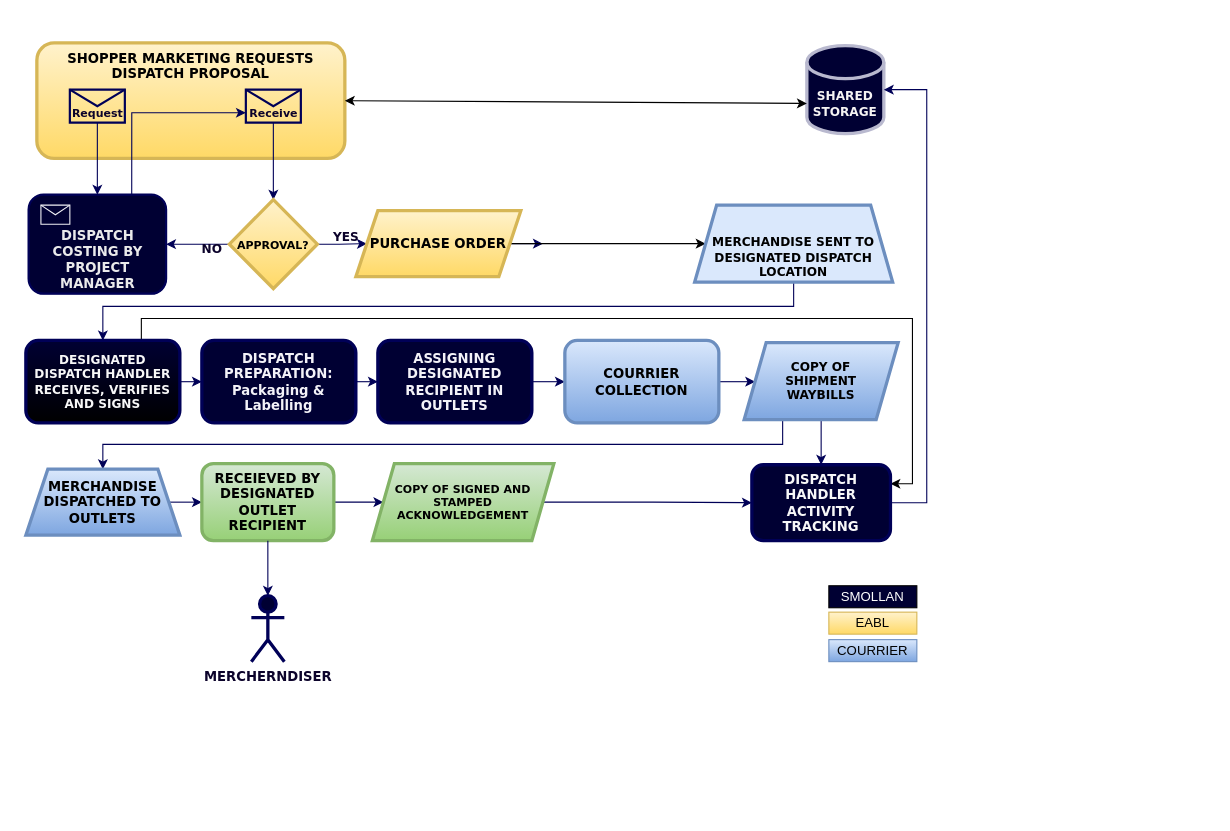
The draw.io diagram Untitled Diagram.drawio in henry-design/Map, before the edit. Source tidied: cells renumbered, new cells numbered last; positions are measured from the earlier drawing's top-left corner, leaving out a move shared by most shapes. Both pictures are drawn from the tidied source at 110%, with x=0, y=0 at pixel (25, 42).
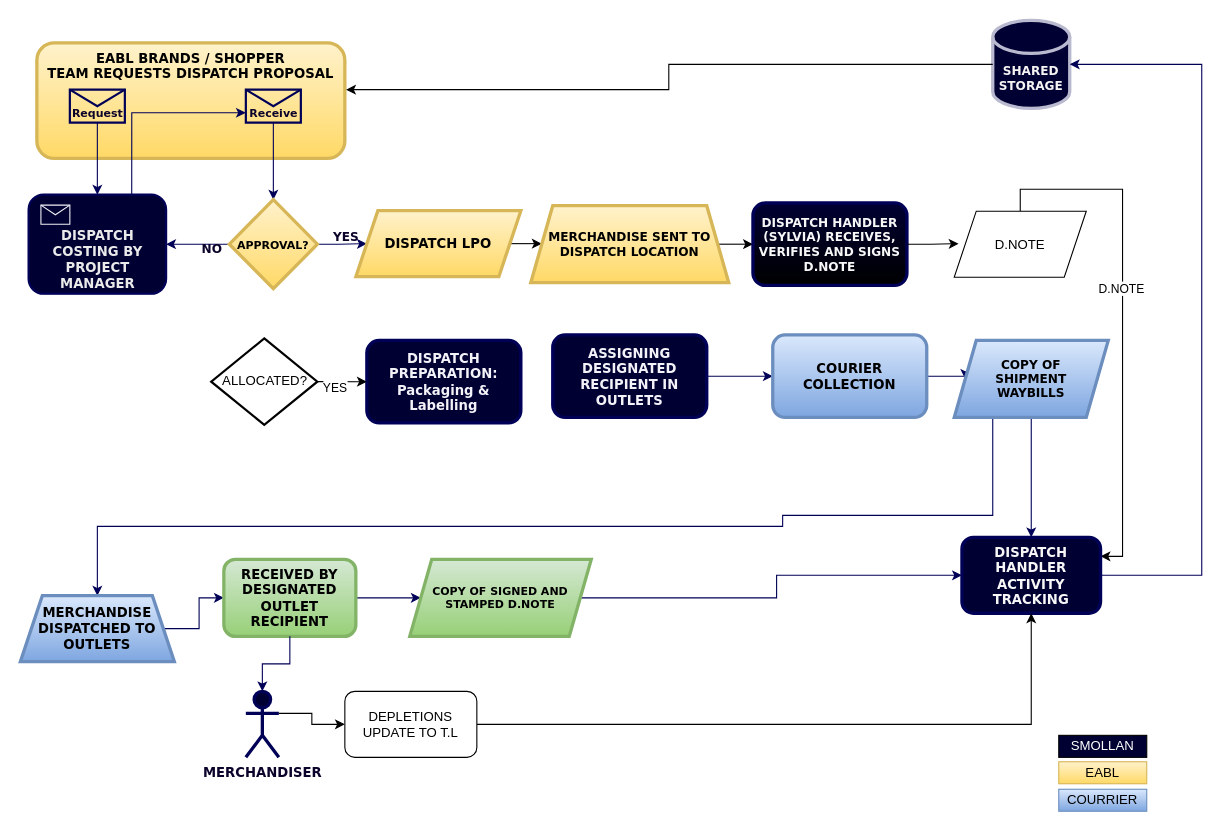
Above is the later version.

Change to the diagram source:
```diff
@@
-    <mxCell id="2" value="SHOPPER MARKETING REQUESTS DISPATCH PROPOSAL" style="rounded=1;whiteSpace=wrap;html=1;fillColor=#fff2cc;verticalAlign=top;strokeColor=#d6b656;labelBackgroundColor=none;fontFamily=Verdana;fontStyle=1;strokeWidth=3;gradientColor=#ffd966;" parent="1" vertex="1">
+    <mxCell id="2" value="EABL BRANDS / SHOPPER TEAM&amp;nbsp;REQUESTS DISPATCH PROPOSAL" style="rounded=1;whiteSpace=wrap;html=1;fillColor=#fff2cc;verticalAlign=top;strokeColor=#d6b656;labelBackgroundColor=none;fontFamily=Verdana;fontStyle=1;strokeWidth=3;gradientColor=#ffd966;" parent="1" vertex="1">
       <mxGeometry x="10" y="0.5" width="280" height="105" as="geometry" />
     </mxCell>
@@
-    <mxCell id="12" style="edgeStyle=orthogonalEdgeStyle;rounded=0;jettySize=auto;html=1;exitX=1;exitY=0.5;exitDx=0;exitDy=0;entryX=0;entryY=0.5;entryDx=0;entryDy=0;strokeColor=#000057;labelBackgroundColor=none;fontColor=#0c032b;fontFamily=Verdana;fontStyle=1;" parent="1" edge="1" source="14">
-      <mxGeometry relative="1" as="geometry">
-        <mxPoint x="470" y="183" as="targetPoint" />
-      </mxGeometry>
-    </mxCell>
-    <mxCell id="13" style="edgeStyle=orthogonalEdgeStyle;rounded=0;jettySize=auto;html=1;entryX=0;entryY=0.5;entryDx=0;entryDy=0;" parent="1" edge="1" source="14" target="16">
+    <mxCell id="13" style="edgeStyle=orthogonalEdgeStyle;rounded=0;jettySize=auto;html=1;exitX=1;exitY=0.5;exitDx=0;exitDy=0;entryX=0;entryY=0.5;entryDx=0;entryDy=0;" parent="1" edge="1" source="14" target="16">
       <mxGeometry relative="1" as="geometry" />
     </mxCell>
-    <mxCell id="14" value="PURCHASE ORDER" style="shape=parallelogram;perimeter=parallelogramPerimeter;whiteSpace=wrap;html=1;fixedSize=1;fillColor=#fff2cc;strokeColor=#d6b656;labelBackgroundColor=none;fontFamily=Verdana;fontStyle=1;strokeWidth=3;gradientColor=#ffd966;" parent="1" vertex="1">
+    <mxCell id="14" value="DISPATCH LPO" style="shape=parallelogram;perimeter=parallelogramPerimeter;whiteSpace=wrap;html=1;fixedSize=1;fillColor=#fff2cc;strokeColor=#d6b656;labelBackgroundColor=none;fontFamily=Verdana;fontStyle=1;strokeWidth=3;gradientColor=#ffd966;" parent="1" vertex="1">
       <mxGeometry x="300" y="153" width="150" height="60" as="geometry" />
     </mxCell>
-    <mxCell id="15" style="edgeStyle=orthogonalEdgeStyle;rounded=0;jettySize=auto;html=1;exitX=0.5;exitY=1;exitDx=0;exitDy=0;entryX=0.5;entryY=0;entryDx=0;entryDy=0;strokeColor=#000057;labelBackgroundColor=none;fontColor=#0c032b;fontFamily=Verdana;fontStyle=1;" parent="1" edge="1" source="16" target="19">
-      <mxGeometry relative="1" as="geometry">
-        <Array as="points">
-          <mxPoint x="698" y="218" />
-          <mxPoint x="698" y="240" />
-          <mxPoint x="70" y="240" />
-        </Array>
-      </mxGeometry>
+    <mxCell id="15" style="edgeStyle=orthogonalEdgeStyle;rounded=0;jettySize=auto;html=1;exitX=1;exitY=0.5;exitDx=0;exitDy=0;entryX=0;entryY=0.5;entryDx=0;entryDy=0;" parent="1" edge="1" source="16" target="19">
+      <mxGeometry relative="1" as="geometry" />
     </mxCell>
-    <mxCell id="16" value="MERCHANDISE SENT TO DESIGNATED DISPATCH LOCATION" style="shape=trapezoid;perimeter=trapezoidPerimeter;whiteSpace=wrap;html=1;fixedSize=1;verticalAlign=bottom;fillColor=#dae8fc;strokeColor=#6c8ebf;labelBackgroundColor=none;fontFamily=Verdana;fontStyle=1;fontSize=11;strokeWidth=3;" parent="1" vertex="1">
-      <mxGeometry x="608" y="148" width="180" height="70" as="geometry" />
+    <mxCell id="16" value="MERCHANDISE SENT TO DISPATCH LOCATION" style="shape=trapezoid;perimeter=trapezoidPerimeter;whiteSpace=wrap;html=1;fixedSize=1;verticalAlign=middle;fillColor=#fff2cc;strokeColor=#d6b656;labelBackgroundColor=none;fontFamily=Verdana;fontStyle=1;fontSize=11;strokeWidth=3;gradientColor=#ffd966;" parent="1" vertex="1">
+      <mxGeometry x="459" y="148.5" width="180" height="70" as="geometry" />
     </mxCell>
-    <mxCell id="17" style="edgeStyle=orthogonalEdgeStyle;rounded=0;jettySize=auto;html=1;exitX=1;exitY=0.5;exitDx=0;exitDy=0;entryX=0;entryY=0.5;entryDx=0;entryDy=0;strokeColor=#000057;labelBackgroundColor=none;fontColor=#0c032b;fontFamily=Verdana;fontStyle=1;" parent="1" edge="1" source="19" target="21">
-      <mxGeometry relative="1" as="geometry" />
-    </mxCell>
-    <mxCell id="18" style="edgeStyle=orthogonalEdgeStyle;rounded=0;jettySize=auto;html=1;exitX=0.75;exitY=0;exitDx=0;exitDy=0;entryX=1;entryY=0.25;entryDx=0;entryDy=0;" parent="1" edge="1" source="19" target="37">
+    <mxCell id="18" style="edgeStyle=orthogonalEdgeStyle;rounded=0;jettySize=auto;html=1;exitX=0.5;exitY=0;exitDx=0;exitDy=0;entryX=1;entryY=0.25;entryDx=0;entryDy=0;" parent="1" edge="1" source="54" target="37">
       <mxGeometry relative="1" as="geometry" />
     </mxCell>
+    <mxCell id="49" value="D.NOTE" style="edgeLabel;html=1;align=center;verticalAlign=middle;" parent="18" vertex="1">
+      <mxGeometry x="-0.13" y="-2" relative="1" as="geometry" />
+    </mxCell>
-    <mxCell id="19" value="DESIGNATED DISPATCH HANDLER RECEIVES, VERIFIES AND SIGNS" style="rounded=1;whiteSpace=wrap;html=1;fillColor=#000033;strokeColor=#000057;labelBackgroundColor=none;fontColor=#f7f7f8;fontFamily=Verdana;fontStyle=1;fontSize=11;strokeWidth=3;gradientColor=default;" parent="1" vertex="1">
-      <mxGeometry y="271" width="140" height="75" as="geometry" />
+    <mxCell id="19" value="DISPATCH HANDLER (SYLVIA) RECEIVES, VERIFIES AND SIGNS D.NOTE" style="rounded=1;whiteSpace=wrap;html=1;fillColor=#000033;strokeColor=#000057;labelBackgroundColor=none;fontColor=#f7f7f8;fontFamily=Verdana;fontStyle=1;fontSize=11;strokeWidth=3;gradientColor=default;" parent="1" vertex="1">
+      <mxGeometry x="661" y="146" width="140" height="75" as="geometry" />
     </mxCell>
-    <mxCell id="20" style="edgeStyle=orthogonalEdgeStyle;rounded=0;jettySize=auto;html=1;exitX=1;exitY=0.5;exitDx=0;exitDy=0;entryX=0;entryY=0.5;entryDx=0;entryDy=0;strokeColor=#000057;labelBackgroundColor=none;fontColor=#0c032b;fontFamily=Verdana;fontStyle=1;" parent="1" edge="1" source="21" target="24">
-      <mxGeometry relative="1" as="geometry" />
-    </mxCell>
     <mxCell id="21" value="DISPATCH PREPARATION: Packaging &amp;amp; Labelling" style="rounded=1;whiteSpace=wrap;html=1;fillColor=#000033;strokeColor=#000057;labelBackgroundColor=none;fontColor=#f3f2f8;fontFamily=Verdana;fontStyle=1;strokeWidth=3;" parent="1" vertex="1">
-      <mxGeometry x="160" y="271" width="140" height="75" as="geometry" />
+      <mxGeometry x="310" y="271" width="140" height="75" as="geometry" />
     </mxCell>
@@
     <mxCell id="24" value="ASSIGNING DESIGNATED RECIPIENT IN OUTLETS" style="rounded=1;whiteSpace=wrap;html=1;fillColor=#000033;strokeColor=#000057;labelBackgroundColor=none;fontColor=#f3f2f8;fontFamily=Verdana;fontStyle=1;strokeWidth=3;" parent="1" vertex="1">
-      <mxGeometry x="320" y="271" width="140" height="75" as="geometry" />
+      <mxGeometry x="479" y="266" width="140" height="75" as="geometry" />
     </mxCell>
@@
-    <mxCell id="26" value="COURRIER COLLECTION" style="rounded=1;whiteSpace=wrap;html=1;fillColor=#dae8fc;strokeColor=#6c8ebf;labelBackgroundColor=none;fontFamily=Verdana;fontStyle=1;strokeWidth=3;gradientColor=#7ea6e0;" parent="1" vertex="1">
-      <mxGeometry x="490" y="271" width="140" height="75" as="geometry" />
+    <mxCell id="26" value="COURIER COLLECTION" style="rounded=1;whiteSpace=wrap;html=1;fillColor=#dae8fc;strokeColor=#6c8ebf;labelBackgroundColor=none;fontFamily=Verdana;fontStyle=1;strokeWidth=3;gradientColor=#7ea6e0;" parent="1" vertex="1">
+      <mxGeometry x="679" y="266" width="140" height="75" as="geometry" />
     </mxCell>
     <mxCell id="27" style="edgeStyle=orthogonalEdgeStyle;rounded=0;jettySize=auto;html=1;exitX=0.25;exitY=1;exitDx=0;exitDy=0;entryX=0.5;entryY=0;entryDx=0;entryDy=0;strokeColor=#000057;labelBackgroundColor=none;fontColor=#0c032b;fontFamily=Verdana;fontStyle=1;" parent="1" edge="1" source="29" target="32">
-      <mxGeometry relative="1" as="geometry" />
+      <mxGeometry relative="1" as="geometry">
+        <Array as="points">
+          <mxPoint x="879" y="430" />
+          <mxPoint x="688" y="430" />
+          <mxPoint x="688" y="440" />
+          <mxPoint x="65" y="440" />
+        </Array>
+      </mxGeometry>
     </mxCell>
@@
     <mxCell id="29" value="COPY OF &lt;br&gt;SHIPMENT &lt;br&gt;WAYBILLS" style="shape=parallelogram;perimeter=parallelogramPerimeter;whiteSpace=wrap;html=1;fixedSize=1;fillColor=#dae8fc;strokeColor=#6c8ebf;labelBackgroundColor=none;fontFamily=Verdana;fontSize=11;fontStyle=1;strokeWidth=3;gradientColor=#7ea6e0;" parent="1" vertex="1">
-      <mxGeometry x="653" y="273" width="140" height="70" as="geometry" />
+      <mxGeometry x="844" y="271" width="140" height="70" as="geometry" />
     </mxCell>
     <mxCell id="30" value="SHARED STORAGE" style="shape=cylinder3;whiteSpace=wrap;html=1;boundedLbl=1;backgroundOutline=1;size=15;fillColor=#000033;strokeColor=#b9b9cf;labelBackgroundColor=none;fontColor=#F5F3F3;fontFamily=Verdana;fontStyle=1;fontSize=11;strokeWidth=3;" parent="1" vertex="1">
-      <mxGeometry x="710" y="3" width="70" height="80" as="geometry" />
+      <mxGeometry x="879" y="-20" width="70" height="80" as="geometry" />
     </mxCell>
@@
     <mxCell id="32" value="MERCHANDISE DISPATCHED TO OUTLETS" style="shape=trapezoid;perimeter=trapezoidPerimeter;whiteSpace=wrap;html=1;fixedSize=1;fillColor=#dae8fc;strokeColor=#6c8ebf;labelBackgroundColor=none;fontFamily=Verdana;fontStyle=1;strokeWidth=3;gradientColor=#7ea6e0;" parent="1" vertex="1">
-      <mxGeometry y="388" width="140" height="60" as="geometry" />
+      <mxGeometry x="-5" y="503" width="140" height="60" as="geometry" />
     </mxCell>
@@
-    <mxCell id="34" value="RECEIEVED BY DESIGNATED OUTLET RECIPIENT" style="rounded=1;whiteSpace=wrap;html=1;fillColor=#d5e8d4;strokeColor=#82b366;labelBackgroundColor=none;fontFamily=Verdana;fontStyle=1;strokeWidth=3;gradientColor=#97d077;" parent="1" vertex="1">
-      <mxGeometry x="160" y="383" width="120" height="70" as="geometry" />
+    <mxCell id="34" value="RECEIVED BY DESIGNATED OUTLET RECIPIENT" style="rounded=1;whiteSpace=wrap;html=1;fillColor=#d5e8d4;strokeColor=#82b366;labelBackgroundColor=none;fontFamily=Verdana;fontStyle=1;strokeWidth=3;gradientColor=#97d077;" parent="1" vertex="1">
+      <mxGeometry x="180" y="470" width="120" height="70" as="geometry" />
     </mxCell>
@@
-    <mxCell id="36" value="COPY OF SIGNED AND STAMPED ACKNOWLEDGEMENT" style="shape=parallelogram;perimeter=parallelogramPerimeter;whiteSpace=wrap;html=1;fixedSize=1;fillColor=#d5e8d4;strokeColor=#82b366;labelBackgroundColor=none;fontFamily=Verdana;fontStyle=1;fontSize=10;strokeWidth=3;gradientColor=#97d077;" parent="1" vertex="1">
-      <mxGeometry x="315" y="383" width="165" height="70" as="geometry" />
+    <mxCell id="36" value="COPY OF SIGNED AND STAMPED D.NOTE" style="shape=parallelogram;perimeter=parallelogramPerimeter;whiteSpace=wrap;html=1;fixedSize=1;fillColor=#d5e8d4;strokeColor=#82b366;labelBackgroundColor=none;fontFamily=Verdana;fontStyle=1;fontSize=10;strokeWidth=3;gradientColor=#97d077;" parent="1" vertex="1">
+      <mxGeometry x="349" y="470" width="165" height="70" as="geometry" />
     </mxCell>
     <mxCell id="37" value="DISPATCH HANDLER ACTIVITY TRACKING" style="rounded=1;whiteSpace=wrap;html=1;fillColor=#000033;strokeColor=#000057;labelBackgroundColor=none;fontColor=#f7f7f8;fontFamily=Verdana;fontStyle=1;strokeWidth=3;" parent="1" vertex="1">
-      <mxGeometry x="660" y="384" width="126" height="69" as="geometry" />
+      <mxGeometry x="851" y="450" width="126" height="69" as="geometry" />
     </mxCell>
     <mxCell id="38" style="edgeStyle=orthogonalEdgeStyle;rounded=0;jettySize=auto;html=1;exitX=1;exitY=0.5;exitDx=0;exitDy=0;entryX=1;entryY=0.5;entryDx=0;entryDy=0;entryPerimeter=0;strokeColor=#000057;labelBackgroundColor=none;fontColor=#0c032b;fontFamily=Verdana;fontStyle=1;" parent="1" edge="1" source="37" target="30">
       <mxGeometry relative="1" as="geometry">
         <Array as="points">
-          <mxPoint x="819" y="419" />
-          <mxPoint x="819" y="43" />
+          <mxPoint x="1069" y="485" />
+          <mxPoint x="1069" y="20" />
         </Array>
       </mxGeometry>
     </mxCell>
+    <mxCell id="50" style="edgeStyle=orthogonalEdgeStyle;rounded=0;jettySize=auto;html=1;exitX=1;exitY=0.3333333333333333;exitDx=0;exitDy=0;exitPerimeter=0;entryX=0;entryY=0.5;entryDx=0;entryDy=0;" parent="1" edge="1" source="39" target="53">
+      <mxGeometry relative="1" as="geometry" />
+    </mxCell>
-    <mxCell id="39" value="MERCHERNDISER" style="shape=umlActor;verticalLabelPosition=bottom;verticalAlign=top;html=1;outlineConnect=0;fillColor=#000033;strokeColor=#000057;labelBackgroundColor=none;fontColor=#0c032b;fontFamily=Verdana;fontStyle=1;strokeWidth=3;" parent="1" vertex="1">
-      <mxGeometry x="205" y="503" width="30" height="60" as="geometry" />
+    <mxCell id="39" value="MERCHANDISER" style="shape=umlActor;verticalLabelPosition=bottom;verticalAlign=top;html=1;outlineConnect=0;fillColor=#000033;strokeColor=#000057;labelBackgroundColor=none;fontColor=#0c032b;fontFamily=Verdana;fontStyle=1;strokeWidth=3;" parent="1" vertex="1">
+      <mxGeometry x="200" y="590" width="30" height="60" as="geometry" />
     </mxCell>
@@
-    <mxCell id="44" style="endArrow=classic;startArrow=classic;html=1;rounded=0;exitX=1;exitY=0.5;exitDx=0;exitDy=0;entryX=0;entryY=0;entryDx=0;entryDy=52.5;entryPerimeter=0;" parent="1" edge="1" source="2" target="30">
-      <mxGeometry relative="1" as="geometry" />
-    </mxCell>
     <mxCell id="45" style="group;" parent="1" vertex="1">
-      <mxGeometry x="730" y="494" width="80" height="69" as="geometry" />
+      <mxGeometry x="939" y="630" width="80" height="69" as="geometry" />
     </mxCell>
@@
+    <mxCell id="51" style="edgeStyle=orthogonalEdgeStyle;rounded=0;jettySize=auto;html=1;exitX=0;exitY=0.5;exitDx=0;exitDy=0;exitPerimeter=0;entryX=1.004;entryY=0.405;entryDx=0;entryDy=0;entryPerimeter=0;" parent="1" edge="1" source="30" target="2">
+      <mxGeometry relative="1" as="geometry" />
+    </mxCell>
+    <mxCell id="52" style="edgeStyle=orthogonalEdgeStyle;rounded=0;jettySize=auto;html=1;exitX=1;exitY=0.5;exitDx=0;exitDy=0;" parent="1" edge="1" source="53" target="37">
+      <mxGeometry relative="1" as="geometry" />
+    </mxCell>
+    <mxCell id="53" value="DEPLETIONS UPDATE TO T.L" style="rounded=1;whiteSpace=wrap;html=1;" parent="1" vertex="1">
+      <mxGeometry x="290" y="590" width="120" height="60" as="geometry" />
+    </mxCell>
+    <mxCell id="54" value="D.NOTE" style="shape=parallelogram;perimeter=parallelogramPerimeter;whiteSpace=wrap;html=1;fixedSize=1;" parent="1" vertex="1">
+      <mxGeometry x="844" y="153.5" width="120" height="60" as="geometry" />
+    </mxCell>
+    <mxCell id="55" style="edgeStyle=orthogonalEdgeStyle;rounded=0;jettySize=auto;html=1;exitX=1;exitY=0.5;exitDx=0;exitDy=0;entryX=0.033;entryY=0.492;entryDx=0;entryDy=0;entryPerimeter=0;" parent="1" edge="1" source="19" target="54">
+      <mxGeometry relative="1" as="geometry" />
+    </mxCell>
+    <mxCell id="56" style="edgeStyle=orthogonalEdgeStyle;rounded=0;jettySize=auto;html=1;exitX=1;exitY=0.5;exitDx=0;exitDy=0;exitPerimeter=0;entryX=0;entryY=0.5;entryDx=0;entryDy=0;" parent="1" edge="1" source="58" target="21">
+      <mxGeometry relative="1" as="geometry" />
+    </mxCell>
+    <mxCell id="57" value="YES" style="edgeLabel;html=1;align=center;verticalAlign=middle;" parent="56" vertex="1">
+      <mxGeometry x="-0.29" y="-4" relative="1" as="geometry">
+        <mxPoint y="1" as="offset" />
+      </mxGeometry>
+    </mxCell>
+    <mxCell id="58" value="ALLOCATED?" style="strokeWidth=2;html=1;shape=mxgraph.flowchart.decision;whiteSpace=wrap;" parent="1" vertex="1">
+      <mxGeometry x="168.5" y="269.2" width="96.5" height="78.5" as="geometry" />
+    </mxCell>
```
